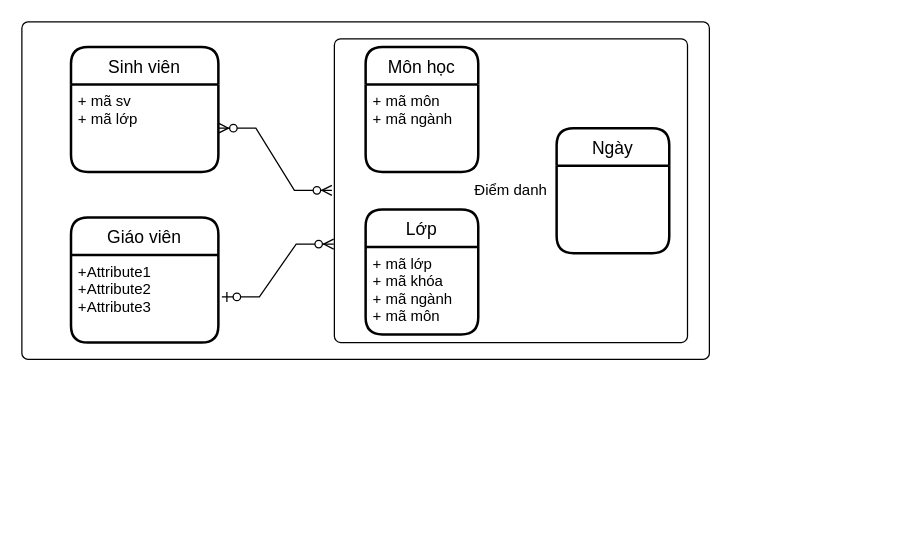
Before: page "Page-2" (2 of 3) of documents/sơ đồ thực thể QLHV.drawio in buianhtai1205/Quan_Ly_Hoc_Vien, a draw.io diagram. Source tidied: cells renumbered, new cells numbered last; positions are measured from the earlier drawing's top-left corner, leaving out a move shared by most shapes. Both pictures are drawn from the tidied source at 125%, with x=0, y=0 at pixel (21, 21).
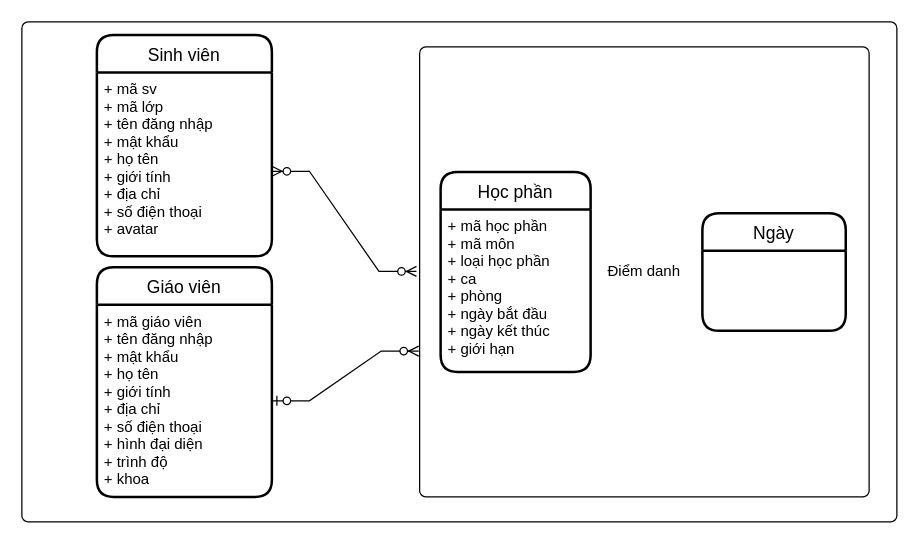
Above is the later version.

What changed in the source:
```diff
@@
 <mxGraphModel>
   <root>
     <mxCell id="0" />
     <mxCell id="1" parent="0" />
     <mxCell id="2" style="rounded=1;absoluteArcSize=1;html=1;arcSize=10;" parent="1" vertex="1">
-      <mxGeometry width="550" height="270" as="geometry" />
+      <mxGeometry width="700" height="400" as="geometry" />
     </mxCell>
     <mxCell id="3" style="html=1;shape=mxgraph.er.anchor;whiteSpace=wrap;" parent="2" vertex="1">
-      <mxGeometry width="275" height="270" as="geometry" />
+      <mxGeometry width="350" height="400" as="geometry" />
     </mxCell>
     <mxCell id="4" value="Điểm danh" style="rounded=1;absoluteArcSize=1;html=1;arcSize=10;whiteSpace=wrap;points=[];strokeColor=inherit;fillColor=inherit;" parent="2" vertex="1">
-      <mxGeometry x="250" y="13.5" width="282.5" height="243" as="geometry" />
+      <mxGeometry x="318.2" y="20" width="359.6" height="360" as="geometry" />
     </mxCell>
-    <mxCell id="5" value="Giáo viên" style="swimlane;horizontal=1;startSize=30;rounded=1;fontSize=14;fontStyle=0;strokeWidth=2;shadow=0;dashed=0;align=center;" parent="2" vertex="1">
-      <mxGeometry x="39.3" y="156.5" width="117.9" height="100" as="geometry" />
-    </mxCell>
-    <mxCell id="6" value="+Attribute1&#10;+Attribute2&#10;+Attribute3" style="align=left;strokeColor=none;fillColor=none;spacingLeft=4;fontSize=12;verticalAlign=top;" parent="5" vertex="1">
-      <mxGeometry y="30" width="117.9" height="70" as="geometry" />
-    </mxCell>
-    <mxCell id="7" value="Sinh viên" style="swimlane;horizontal=1;startSize=30;rounded=1;fontSize=14;fontStyle=0;strokeWidth=2;shadow=0;dashed=0;align=center;" parent="2" vertex="1">
-      <mxGeometry x="39.3" y="20" width="117.9" height="100" as="geometry" />
-    </mxCell>
-    <mxCell id="8" value="+ mã sv&#10;+ mã lớp" style="align=left;strokeColor=none;fillColor=none;spacingLeft=4;fontSize=12;verticalAlign=top;" parent="7" vertex="1">
-      <mxGeometry y="30" width="117.9" height="70" as="geometry" />
-    </mxCell>
-    <mxCell id="9" value="Môn học" style="swimlane;horizontal=1;startSize=30;rounded=1;fontSize=14;fontStyle=0;strokeWidth=2;shadow=0;dashed=0;align=center;" parent="2" vertex="1">
-      <mxGeometry x="275" y="20" width="90.1" height="100" as="geometry" />
-    </mxCell>
-    <mxCell id="10" value="+ mã môn&#10;+ mã ngành" style="align=left;strokeColor=none;fillColor=none;spacingLeft=4;fontSize=12;verticalAlign=top;" parent="9" vertex="1">
-      <mxGeometry y="30" width="90.1" height="70" as="geometry" />
-    </mxCell>
-    <mxCell id="11" value="Lớp" style="swimlane;horizontal=1;startSize=30;rounded=1;fontSize=14;fontStyle=0;strokeWidth=2;shadow=0;dashed=0;align=center;" parent="2" vertex="1">
-      <mxGeometry x="275" y="150" width="90.1" height="100" as="geometry" />
-    </mxCell>
-    <mxCell id="12" value="+ mã lớp&#10;+ mã khóa&#10;+ mã ngành&#10;+ mã môn" style="align=left;strokeColor=none;fillColor=none;spacingLeft=4;fontSize=12;verticalAlign=top;" parent="11" vertex="1">
-      <mxGeometry y="30" width="90.1" height="70" as="geometry" />
-    </mxCell>
-    <mxCell id="13" style="edgeStyle=entityRelationEdgeStyle;fontSize=12;html=1;endArrow=ERzeroToMany;endFill=1;startArrow=ERzeroToMany;rounded=0;exitX=1;exitY=0.5;exitDx=0;exitDy=0;entryX=-0.007;entryY=0.499;entryDx=0;entryDy=0;entryPerimeter=0;" parent="2" edge="1" source="8" target="4">
-      <mxGeometry relative="1" as="geometry" />
+    <mxCell id="13" style="edgeStyle=entityRelationEdgeStyle;fontSize=12;html=1;endArrow=ERzeroToMany;endFill=1;startArrow=ERzeroToMany;rounded=0;exitX=1;exitY=0.5;exitDx=0;exitDy=0;entryX=-0.007;entryY=0.499;entryDx=0;entryDy=0;entryPerimeter=0;" parent="2" edge="1" target="4">
+      <mxGeometry relative="1" as="geometry">
+        <mxPoint x="200" y="119.5" as="sourcePoint" />
+      </mxGeometry>
     </mxCell>
     <mxCell id="14" value="Ngày" style="swimlane;horizontal=1;startSize=30;rounded=1;fontSize=14;fontStyle=0;strokeWidth=2;shadow=0;dashed=0;align=center;" parent="2" vertex="1">
-      <mxGeometry x="427.8" y="85" width="90.1" height="100" as="geometry" />
+      <mxGeometry x="544.4" y="153" width="114.7" height="94.1" as="geometry" />
     </mxCell>
-    <mxCell id="15" style="edgeStyle=entityRelationEdgeStyle;fontSize=12;html=1;endArrow=ERzeroToMany;startArrow=ERzeroToOne;rounded=0;entryX=-0.002;entryY=0.676;entryDx=0;entryDy=0;entryPerimeter=0;" parent="2" edge="1" target="4">
-      <mxGeometry relative="1" as="geometry">
-        <mxPoint x="160" y="220" as="sourcePoint" />
-      </mxGeometry>
+    <mxCell id="15" style="edgeStyle=entityRelationEdgeStyle;fontSize=12;html=1;endArrow=ERzeroToMany;startArrow=ERzeroToOne;rounded=0;entryX=-0.002;entryY=0.676;entryDx=0;entryDy=0;entryPerimeter=0;exitX=1;exitY=0.5;exitDx=0;exitDy=0;" parent="2" edge="1" source="17" target="4">
+      <mxGeometry relative="1" as="geometry" />
     </mxCell>
+    <mxCell id="7" value="Sinh viên" style="swimlane;horizontal=1;startSize=30;rounded=1;fontSize=14;fontStyle=0;strokeWidth=2;shadow=0;dashed=0;align=center;" parent="2" vertex="1">
+      <mxGeometry x="60" y="10.5" width="140" height="177" as="geometry" />
+    </mxCell>
+    <mxCell id="16" value="+ mã sv&#10;+ mã lớp&#10;+ tên đăng nhập&#10;+ mật khẩu&#10;+ họ tên&#10;+ giới tính&#10;+ địa chỉ&#10;+ số điện thoại&#10;+ avatar" style="align=left;strokeColor=none;fillColor=none;spacingLeft=4;fontSize=12;verticalAlign=top;" parent="7" vertex="1">
+      <mxGeometry y="30" width="140" height="147" as="geometry" />
+    </mxCell>
+    <mxCell id="5" value="Giáo viên" style="swimlane;horizontal=1;startSize=30;rounded=1;fontSize=14;fontStyle=0;strokeWidth=2;shadow=0;dashed=0;align=center;" parent="2" vertex="1">
+      <mxGeometry x="60" y="196.3" width="140" height="183.7" as="geometry" />
+    </mxCell>
+    <mxCell id="17" value="+ mã giáo viên&#10;+ tên đăng nhập&#10;+ mật khẩu&#10;+ họ tên&#10;+ giới tính&#10;+ địa chỉ&#10;+ số điện thoại&#10;+ hình đại diện&#10;+ trình độ &#10;+ khoa" style="align=left;strokeColor=none;fillColor=none;spacingLeft=4;fontSize=12;verticalAlign=top;" parent="5" vertex="1">
+      <mxGeometry y="30" width="140" height="153.7" as="geometry" />
+    </mxCell>
+    <mxCell id="18" value="Học phần" style="swimlane;horizontal=1;startSize=30;rounded=1;fontSize=14;fontStyle=0;strokeWidth=2;shadow=0;dashed=0;align=center;" parent="2" vertex="1">
+      <mxGeometry x="335" y="120" width="120" height="160" as="geometry" />
+    </mxCell>
+    <mxCell id="19" value="+ mã học phần&#10;+ mã môn&#10;+ loại học phần&#10;+ ca&#10;+ phòng&#10;+ ngày bắt đầu&#10;+ ngày kết thúc&#10;+ giới hạn" style="align=left;strokeColor=none;fillColor=none;spacingLeft=4;fontSize=12;verticalAlign=top;" parent="18" vertex="1">
+      <mxGeometry y="30" width="120" height="130" as="geometry" />
+    </mxCell>
   </root>
 </mxGraphModel>
```
